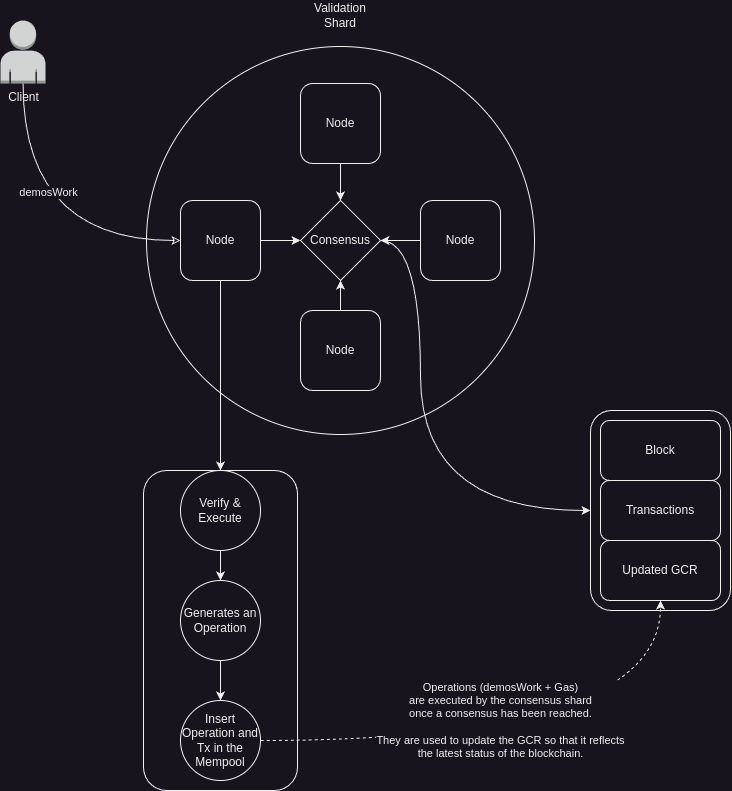
kynesyslabs/node keeps this draw.io diagram as documentation/schemas/txToGCR.drawio.png. Above is the earlier version. Source tidied: cells renumbered, new cells last; positions are measured from the earlier drawing's top-left corner, leaving out a move shared by most shapes. The source it was exported from:
```xml
<mxGraphModel>
  <root>
    <mxCell id="0" />
    <mxCell id="1" parent="0" />
    <mxCell id="2" style="rounded=1;whiteSpace=wrap;html=1;fillColor=none;" parent="1" vertex="1">
      <mxGeometry x="590" y="410" width="140" height="200" as="geometry" />
    </mxCell>
    <mxCell id="3" style="rounded=1;whiteSpace=wrap;html=1;fillColor=none;" parent="1" vertex="1">
      <mxGeometry x="143" y="470" width="154" height="320" as="geometry" />
    </mxCell>
    <mxCell id="4" style="ellipse;whiteSpace=wrap;html=1;fillColor=none;" parent="1" vertex="1">
      <mxGeometry x="146" y="46" width="388" height="388" as="geometry" />
    </mxCell>
    <mxCell id="5" value="Client" style="outlineConnect=0;dashed=0;verticalLabelPosition=bottom;verticalAlign=top;align=center;html=1;shape=mxgraph.aws3.user;fillColor=#D2D3D3;gradientColor=none;" parent="1" vertex="1">
      <mxGeometry y="20" width="45" height="63" as="geometry" />
    </mxCell>
    <mxCell id="6" style="edgeStyle=orthogonalEdgeStyle;rounded=0;jettySize=auto;html=1;curved=1;startArrow=classic;startFill=0;endArrow=none;endFill=0;" parent="1" edge="1" source="10" target="5">
      <mxGeometry relative="1" as="geometry" />
    </mxCell>
    <mxCell id="7" value="demosWork" style="edgeLabel;html=1;align=center;verticalAlign=middle;" parent="6" vertex="1">
      <mxGeometry x="0.31" y="-25" relative="1" as="geometry" />
    </mxCell>
    <mxCell id="8" style="edgeStyle=orthogonalEdgeStyle;rounded=0;jettySize=auto;html=1;" parent="1" edge="1" source="10" target="19">
      <mxGeometry relative="1" as="geometry" />
    </mxCell>
    <mxCell id="9" style="edgeStyle=orthogonalEdgeStyle;rounded=0;jettySize=auto;html=1;" parent="1" edge="1" source="10" target="25">
      <mxGeometry relative="1" as="geometry" />
    </mxCell>
    <mxCell id="10" value="Node" style="whiteSpace=wrap;html=1;rounded=1;" parent="1" vertex="1">
      <mxGeometry x="180" y="200" width="80" height="80" as="geometry" />
    </mxCell>
    <mxCell id="11" style="edgeStyle=orthogonalEdgeStyle;rounded=0;jettySize=auto;html=1;" parent="1" edge="1" source="12" target="25">
      <mxGeometry relative="1" as="geometry" />
    </mxCell>
    <mxCell id="12" value="Node" style="whiteSpace=wrap;html=1;rounded=1;" parent="1" vertex="1">
      <mxGeometry x="300" y="83" width="80" height="80" as="geometry" />
    </mxCell>
    <mxCell id="13" style="edgeStyle=orthogonalEdgeStyle;rounded=0;jettySize=auto;html=1;" parent="1" edge="1" source="14" target="25">
      <mxGeometry relative="1" as="geometry" />
    </mxCell>
    <mxCell id="14" value="Node" style="whiteSpace=wrap;html=1;rounded=1;" parent="1" vertex="1">
      <mxGeometry x="420" y="200" width="80" height="80" as="geometry" />
    </mxCell>
    <mxCell id="15" style="edgeStyle=orthogonalEdgeStyle;rounded=0;jettySize=auto;html=1;" parent="1" edge="1" source="16" target="25">
      <mxGeometry relative="1" as="geometry" />
    </mxCell>
    <mxCell id="16" value="Node" style="whiteSpace=wrap;html=1;rounded=1;" parent="1" vertex="1">
      <mxGeometry x="300" y="310" width="80" height="80" as="geometry" />
    </mxCell>
    <mxCell id="17" value="Validation Shard" style="text;html=1;align=center;verticalAlign=middle;whiteSpace=wrap;rounded=0;" parent="1" vertex="1">
      <mxGeometry x="310" width="60" height="30" as="geometry" />
    </mxCell>
    <mxCell id="18" style="edgeStyle=orthogonalEdgeStyle;rounded=0;jettySize=auto;html=1;" parent="1" edge="1" source="19" target="21">
      <mxGeometry relative="1" as="geometry" />
    </mxCell>
    <mxCell id="19" value="Verify &amp;amp; Execute" style="ellipse;whiteSpace=wrap;html=1;" parent="1" vertex="1">
      <mxGeometry x="180" y="470" width="80" height="80" as="geometry" />
    </mxCell>
    <mxCell id="20" style="edgeStyle=orthogonalEdgeStyle;rounded=0;jettySize=auto;html=1;" parent="1" edge="1" source="21" target="23">
      <mxGeometry relative="1" as="geometry" />
    </mxCell>
    <mxCell id="21" value="Generates an Operation" style="ellipse;whiteSpace=wrap;html=1;" parent="1" vertex="1">
      <mxGeometry x="180" y="580" width="80" height="80" as="geometry" />
    </mxCell>
    <mxCell id="22" value="Operations (demosWork + Gas)&lt;br&gt;are executed by the consensus shard&lt;br&gt;once a consensus has been reached.&lt;br&gt;&lt;br&gt;They are used to update the GCR so that it reflects&lt;br&gt;the latest status of the blockchain." style="edgeStyle=orthogonalEdgeStyle;rounded=0;jettySize=auto;html=1;entryX=0.5;entryY=1;entryDx=0;entryDy=0;curved=1;dashed=1;" parent="1" edge="1" source="23" target="28">
      <mxGeometry x="-0.11" y="20" relative="1" as="geometry">
        <Array as="points">
          <mxPoint x="660" y="740" />
        </Array>
      </mxGeometry>
    </mxCell>
    <mxCell id="23" value="Insert Operation and Tx in the Mempool" style="ellipse;whiteSpace=wrap;html=1;" parent="1" vertex="1">
      <mxGeometry x="180" y="700" width="80" height="80" as="geometry" />
    </mxCell>
    <mxCell id="24" style="edgeStyle=orthogonalEdgeStyle;rounded=0;jettySize=auto;html=1;entryX=0;entryY=0.5;entryDx=0;entryDy=0;curved=1;" parent="1" edge="1" source="25" target="2">
      <mxGeometry relative="1" as="geometry">
        <Array as="points">
          <mxPoint x="420" y="240" />
          <mxPoint x="420" y="510" />
        </Array>
      </mxGeometry>
    </mxCell>
    <mxCell id="25" value="Consensus" style="rhombus;whiteSpace=wrap;html=1;" parent="1" vertex="1">
      <mxGeometry x="300" y="200" width="80" height="80" as="geometry" />
    </mxCell>
    <mxCell id="26" value="Block" style="rounded=1;whiteSpace=wrap;html=1;" parent="1" vertex="1">
      <mxGeometry x="600" y="420" width="120" height="60" as="geometry" />
    </mxCell>
    <mxCell id="27" value="Transactions" style="rounded=1;whiteSpace=wrap;html=1;" parent="1" vertex="1">
      <mxGeometry x="600" y="480" width="120" height="60" as="geometry" />
    </mxCell>
    <mxCell id="28" value="Updated GCR" style="rounded=1;whiteSpace=wrap;html=1;" parent="1" vertex="1">
      <mxGeometry x="600" y="540" width="120" height="60" as="geometry" />
    </mxCell>
  </root>
</mxGraphModel>
```
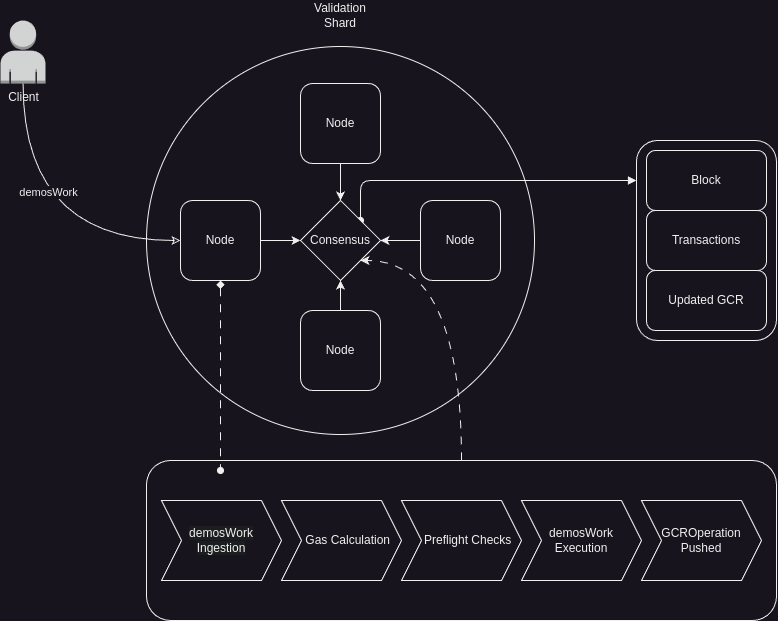
Above is the later version.

The edit, as a diff of the source:
```diff
@@ -2,12 +2,26 @@
   <root>
     <mxCell id="0" />
     <mxCell id="1" parent="0" />
+    <mxCell id="29" style="edgeStyle=orthogonalEdgeStyle;rounded=0;jettySize=auto;html=1;entryX=1;entryY=1;entryDx=0;entryDy=0;curved=1;dashed=1;dashPattern=8 8;" parent="1" edge="1" source="30" target="25">
+      <mxGeometry relative="1" as="geometry">
+        <Array as="points">
+          <mxPoint x="461" y="260" />
+        </Array>
+      </mxGeometry>
+    </mxCell>
+    <mxCell id="30" style="rounded=1;whiteSpace=wrap;html=1;fillColor=none;" parent="1" vertex="1">
+      <mxGeometry x="146" y="460" width="630" height="160" as="geometry" />
+    </mxCell>
+    <mxCell id="31" style="edgeStyle=orthogonalEdgeStyle;rounded=1;jettySize=auto;html=1;entryX=1;entryY=0;entryDx=0;entryDy=0;startArrow=block;startFill=1;endArrow=oval;endFill=1;curved=0;" parent="1" edge="1" source="2" target="25">
+      <mxGeometry relative="1" as="geometry">
+        <Array as="points">
+          <mxPoint x="360" y="180" />
+        </Array>
+      </mxGeometry>
+    </mxCell>
     <mxCell id="2" style="rounded=1;whiteSpace=wrap;html=1;fillColor=none;" parent="1" vertex="1">
-      <mxGeometry x="590" y="410" width="140" height="200" as="geometry" />
+      <mxGeometry x="636" y="140" width="140" height="200" as="geometry" />
     </mxCell>
-    <mxCell id="3" style="rounded=1;whiteSpace=wrap;html=1;fillColor=none;" parent="1" vertex="1">
-      <mxGeometry x="143" y="470" width="154" height="320" as="geometry" />
-    </mxCell>
     <mxCell id="4" style="ellipse;whiteSpace=wrap;html=1;fillColor=none;" parent="1" vertex="1">
       <mxGeometry x="146" y="46" width="388" height="388" as="geometry" />
     </mxCell>
@@ -20,8 +34,10 @@
     <mxCell id="7" value="demosWork" style="edgeLabel;html=1;align=center;verticalAlign=middle;" parent="6" vertex="1">
       <mxGeometry x="0.31" y="-25" relative="1" as="geometry" />
     </mxCell>
-    <mxCell id="8" style="edgeStyle=orthogonalEdgeStyle;rounded=0;jettySize=auto;html=1;" parent="1" edge="1" source="10" target="19">
-      <mxGeometry relative="1" as="geometry" />
+    <mxCell id="8" style="edgeStyle=orthogonalEdgeStyle;rounded=0;jettySize=auto;html=1;dashed=1;dashPattern=8 8;startArrow=diamond;startFill=1;endArrow=oval;endFill=1;" parent="1" edge="1" source="10">
+      <mxGeometry relative="1" as="geometry">
+        <mxPoint x="220" y="470" as="targetPoint" />
+      </mxGeometry>
     </mxCell>
     <mxCell id="9" style="edgeStyle=orthogonalEdgeStyle;rounded=0;jettySize=auto;html=1;" parent="1" edge="1" source="10" target="25">
       <mxGeometry relative="1" as="geometry" />
@@ -50,47 +66,32 @@
     <mxCell id="17" value="Validation Shard" style="text;html=1;align=center;verticalAlign=middle;whiteSpace=wrap;rounded=0;" parent="1" vertex="1">
       <mxGeometry x="310" width="60" height="30" as="geometry" />
     </mxCell>
-    <mxCell id="18" style="edgeStyle=orthogonalEdgeStyle;rounded=0;jettySize=auto;html=1;" parent="1" edge="1" source="19" target="21">
-      <mxGeometry relative="1" as="geometry" />
-    </mxCell>
-    <mxCell id="19" value="Verify &amp;amp; Execute" style="ellipse;whiteSpace=wrap;html=1;" parent="1" vertex="1">
-      <mxGeometry x="180" y="470" width="80" height="80" as="geometry" />
-    </mxCell>
-    <mxCell id="20" style="edgeStyle=orthogonalEdgeStyle;rounded=0;jettySize=auto;html=1;" parent="1" edge="1" source="21" target="23">
-      <mxGeometry relative="1" as="geometry" />
-    </mxCell>
-    <mxCell id="21" value="Generates an Operation" style="ellipse;whiteSpace=wrap;html=1;" parent="1" vertex="1">
-      <mxGeometry x="180" y="580" width="80" height="80" as="geometry" />
-    </mxCell>
-    <mxCell id="22" value="Operations (demosWork + Gas)&lt;br&gt;are executed by the consensus shard&lt;br&gt;once a consensus has been reached.&lt;br&gt;&lt;br&gt;They are used to update the GCR so that it reflects&lt;br&gt;the latest status of the blockchain." style="edgeStyle=orthogonalEdgeStyle;rounded=0;jettySize=auto;html=1;entryX=0.5;entryY=1;entryDx=0;entryDy=0;curved=1;dashed=1;" parent="1" edge="1" source="23" target="28">
-      <mxGeometry x="-0.11" y="20" relative="1" as="geometry">
-        <Array as="points">
-          <mxPoint x="660" y="740" />
-        </Array>
-      </mxGeometry>
-    </mxCell>
-    <mxCell id="23" value="Insert Operation and Tx in the Mempool" style="ellipse;whiteSpace=wrap;html=1;" parent="1" vertex="1">
-      <mxGeometry x="180" y="700" width="80" height="80" as="geometry" />
-    </mxCell>
-    <mxCell id="24" style="edgeStyle=orthogonalEdgeStyle;rounded=0;jettySize=auto;html=1;entryX=0;entryY=0.5;entryDx=0;entryDy=0;curved=1;" parent="1" edge="1" source="25" target="2">
-      <mxGeometry relative="1" as="geometry">
-        <Array as="points">
-          <mxPoint x="420" y="240" />
-          <mxPoint x="420" y="510" />
-        </Array>
-      </mxGeometry>
-    </mxCell>
     <mxCell id="25" value="Consensus" style="rhombus;whiteSpace=wrap;html=1;" parent="1" vertex="1">
       <mxGeometry x="300" y="200" width="80" height="80" as="geometry" />
     </mxCell>
     <mxCell id="26" value="Block" style="rounded=1;whiteSpace=wrap;html=1;" parent="1" vertex="1">
-      <mxGeometry x="600" y="420" width="120" height="60" as="geometry" />
+      <mxGeometry x="646" y="150" width="120" height="60" as="geometry" />
     </mxCell>
     <mxCell id="27" value="Transactions" style="rounded=1;whiteSpace=wrap;html=1;" parent="1" vertex="1">
-      <mxGeometry x="600" y="480" width="120" height="60" as="geometry" />
+      <mxGeometry x="646" y="210" width="120" height="60" as="geometry" />
     </mxCell>
     <mxCell id="28" value="Updated GCR" style="rounded=1;whiteSpace=wrap;html=1;" parent="1" vertex="1">
-      <mxGeometry x="600" y="540" width="120" height="60" as="geometry" />
+      <mxGeometry x="646" y="270" width="120" height="60" as="geometry" />
     </mxCell>
+    <mxCell id="32" value="&lt;span style=&quot;color: rgb(240, 240, 240); font-family: Helvetica; font-size: 12px; font-style: normal; font-variant-ligatures: normal; font-variant-caps: normal; font-weight: 400; letter-spacing: normal; orphans: 2; text-align: center; text-indent: 0px; text-transform: none; widows: 2; word-spacing: 0px; -webkit-text-stroke-width: 0px; white-space: normal; background-color: rgb(27, 29, 30); text-decoration-thickness: initial; text-decoration-style: initial; text-decoration-color: initial; display: inline !important; float: none;&quot;&gt;demosWork&lt;/span&gt;&lt;br style=&quot;forced-color-adjust: none; border-color: rgb(0, 0, 0); color: rgb(240, 240, 240); font-family: Helvetica; font-size: 12px; font-style: normal; font-variant-ligatures: normal; font-variant-caps: normal; font-weight: 400; letter-spacing: normal; orphans: 2; text-align: center; text-indent: 0px; text-transform: none; widows: 2; word-spacing: 0px; -webkit-text-stroke-width: 0px; white-space: normal; background-color: rgb(27, 29, 30); text-decoration-thickness: initial; text-decoration-style: initial; text-decoration-color: initial;&quot;&gt;&lt;span style=&quot;color: rgb(240, 240, 240); font-family: Helvetica; font-size: 12px; font-style: normal; font-variant-ligatures: normal; font-variant-caps: normal; font-weight: 400; letter-spacing: normal; orphans: 2; text-align: center; text-indent: 0px; text-transform: none; widows: 2; word-spacing: 0px; -webkit-text-stroke-width: 0px; white-space: normal; background-color: rgb(27, 29, 30); text-decoration-thickness: initial; text-decoration-style: initial; text-decoration-color: initial; display: inline !important; float: none;&quot;&gt;Ingestion&lt;/span&gt;" style="shape=step;perimeter=stepPerimeter;whiteSpace=wrap;html=1;fixedSize=1;" parent="1" vertex="1">
+      <mxGeometry x="161" y="500" width="120" height="80" as="geometry" />
+    </mxCell>
+    <mxCell id="33" value="&amp;nbsp; &amp;nbsp; Gas Calculation" style="shape=step;perimeter=stepPerimeter;whiteSpace=wrap;html=1;fixedSize=1;" parent="1" vertex="1">
+      <mxGeometry x="281" y="500" width="120" height="80" as="geometry" />
+    </mxCell>
+    <mxCell id="34" value="&amp;nbsp; &amp;nbsp; Preflight Checks" style="shape=step;perimeter=stepPerimeter;whiteSpace=wrap;html=1;fixedSize=1;" parent="1" vertex="1">
+      <mxGeometry x="401" y="500" width="120" height="80" as="geometry" />
+    </mxCell>
+    <mxCell id="35" value="demosWork&lt;br&gt;Execution" style="shape=step;perimeter=stepPerimeter;whiteSpace=wrap;html=1;fixedSize=1;" parent="1" vertex="1">
+      <mxGeometry x="521" y="500" width="120" height="80" as="geometry" />
+    </mxCell>
+    <mxCell id="36" value="GCROperation&lt;br&gt;Pushed" style="shape=step;perimeter=stepPerimeter;whiteSpace=wrap;html=1;fixedSize=1;" parent="1" vertex="1">
+      <mxGeometry x="641" y="500" width="120" height="80" as="geometry" />
+    </mxCell>
   </root>
 </mxGraphModel>
```
